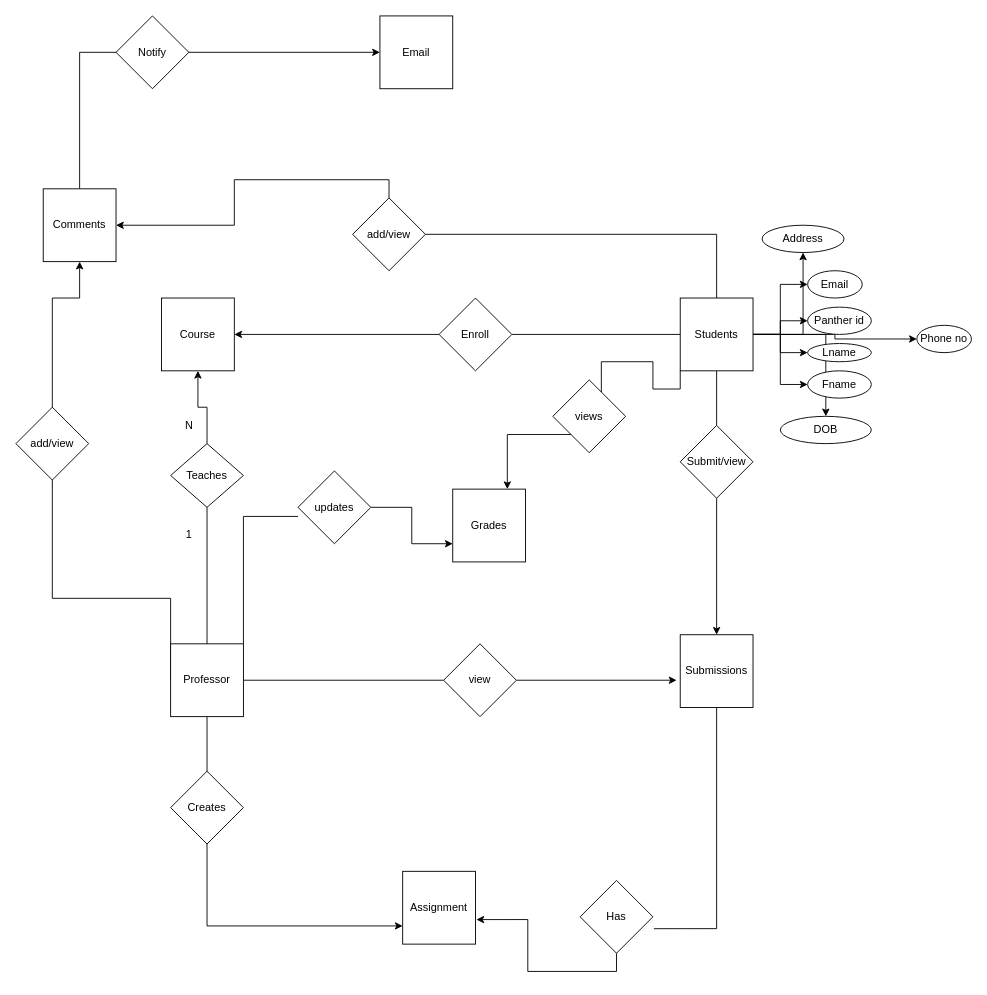
This is Conceptual Diagram.drawio from Nimma-shravan-kumar-reddy/Database-Management, a draw.io file, before an edit. Source tidied: cells renumbered, new cells numbered last; positions are measured from the earlier drawing's top-left corner, leaving out a move shared by most shapes. Both pictures are drawn from the tidied source at 91%, with x=0, y=0 at pixel (15, 15).
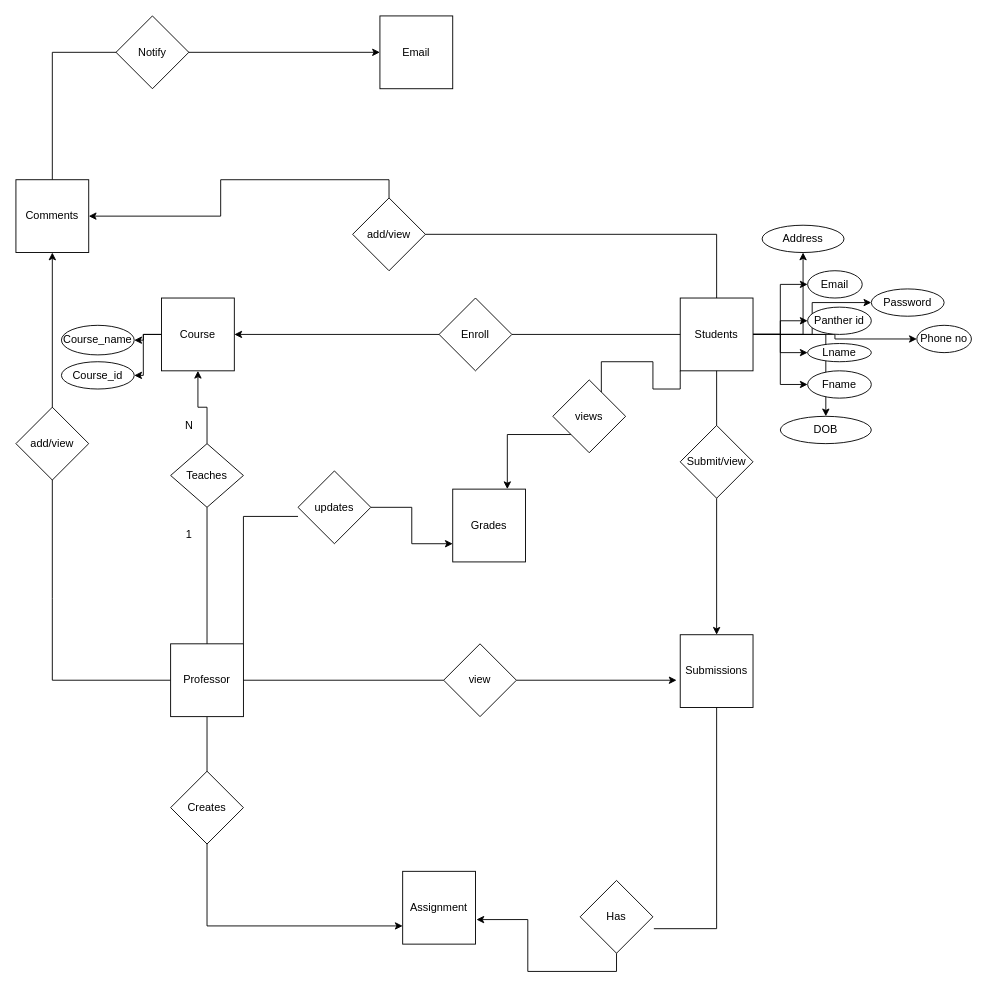
The same diagram, later.

Unchanged cells that the change refers to:
```xml
<mxCell id="6" value="Course" style="whiteSpace=wrap;html=1;" parent="1" vertex="1">
  <mxGeometry x="160" y="310" width="80" height="80" as="geometry" />
</mxCell>
<mxCell id="20" value="Students" style="whiteSpace=wrap;html=1;" parent="1" vertex="1">
  <mxGeometry x="730" y="310" width="80" height="80" as="geometry" />
</mxCell>
```

What changed in the source:
```diff
@@
+    <mxCell id="56" style="edgeStyle=orthogonalEdgeStyle;rounded=0;jettySize=auto;html=1;" parent="1" edge="1" source="6" target="60">
+      <mxGeometry relative="1" as="geometry" />
+    </mxCell>
+    <mxCell id="57" style="edgeStyle=orthogonalEdgeStyle;rounded=0;jettySize=auto;html=1;" parent="1" edge="1" source="6" target="61">
+      <mxGeometry relative="1" as="geometry" />
+    </mxCell>
@@
+    <mxCell id="58" style="edgeStyle=orthogonalEdgeStyle;rounded=0;jettySize=auto;html=1;" parent="1" edge="1" source="20" target="59">
+      <mxGeometry relative="1" as="geometry" />
+    </mxCell>
@@
     <mxCell id="34" value="Comments" style="whiteSpace=wrap;html=1;" parent="1" vertex="1">
-      <mxGeometry x="30" y="190" width="80" height="80" as="geometry" />
+      <mxGeometry y="180" width="80" height="80" as="geometry" />
     </mxCell>
@@
+    <mxCell id="59" value="Password" style="ellipse;whiteSpace=wrap;html=1;" parent="1" vertex="1">
+      <mxGeometry x="940" y="300" width="80" height="30" as="geometry" />
+    </mxCell>
+    <mxCell id="60" value="Course_name" style="ellipse;whiteSpace=wrap;html=1;" parent="1" vertex="1">
+      <mxGeometry x="50" y="340" width="80" height="32.5" as="geometry" />
+    </mxCell>
+    <mxCell id="61" value="Course_id" style="ellipse;whiteSpace=wrap;html=1;" parent="1" vertex="1">
+      <mxGeometry x="50" y="380" width="80" height="30" as="geometry" />
+    </mxCell>
```
